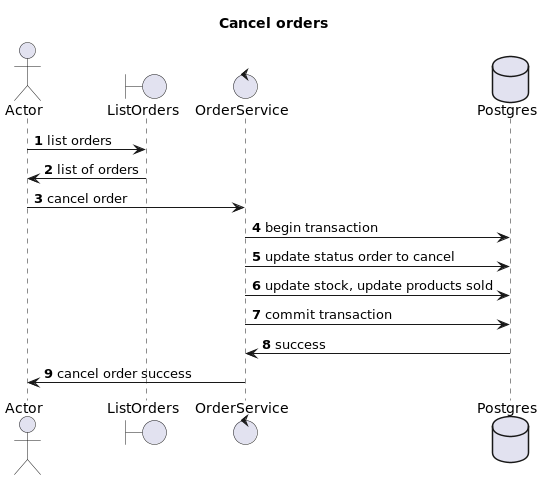
Before: resources/cancel.png, a diagram exported from PlantUML (thucpk/k33-ad-final-project).
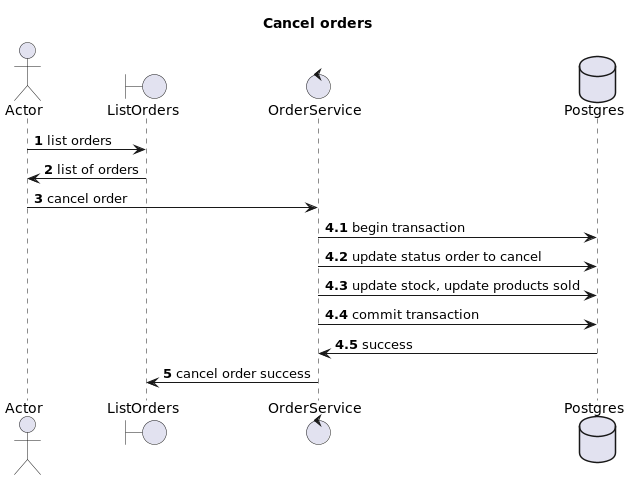
The same diagram one commit later.

What changed in the source:
```diff
@@ -1,6 +1,6 @@
 @startuml
 
-autonumber
+
 
 actor        Actor         as actor
 boundary     ListOrders    as ListOrders
@@ -8,15 +8,21 @@
 database     Postgres      as pg
 
 Title: Cancel orders
-
+autonumber 1
 actor -> ListOrders: list orders
 ListOrders -> actor: list of orders
 actor -> OrderService: cancel order
+autonumber stop
+
+autonumber 4.1
 OrderService -> pg: begin transaction
 OrderService -> pg: update status order to cancel
 OrderService -> pg: update stock, update products sold
 OrderService -> pg: commit transaction
 pg -> OrderService: success
-OrderService -> actor: cancel order success
+autonumber stop
+
+autonumber 5
+OrderService -> ListOrders: cancel order success
 
 @enduml
```
